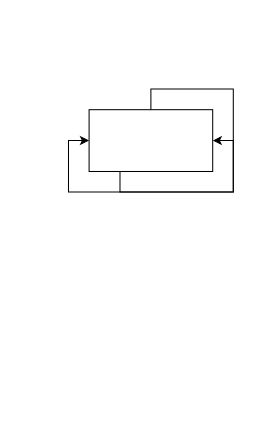
Before: 未命名绘图.drawio in tanglk/CryptoJS, a draw.io diagram. Source tidied: cells renumbered, new cells numbered last; positions are measured from the earlier drawing's top-left corner, leaving out a move shared by most shapes. Both pictures are drawn from the tidied source at 103%, with x=0, y=0 at pixel (89, 109).
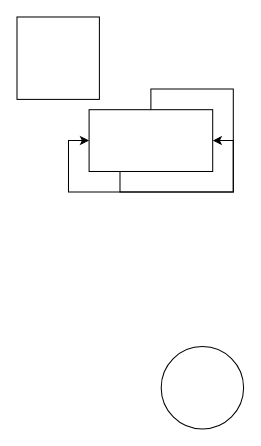
The same page after the edit.

Commit message:
更新未命名绘图.drawio

The edit, as a diff of the source:
```diff
@@
 <mxGraphModel>
   <root>
     <mxCell id="0" />
     <mxCell id="1" parent="0" />
     <mxCell id="2" style="rounded=0;whiteSpace=wrap;html=1;" parent="1" vertex="1">
       <mxGeometry width="120" height="60" as="geometry" />
     </mxCell>
     <mxCell id="3" style="edgeStyle=orthogonalEdgeStyle;rounded=0;orthogonalLoop=1;jettySize=auto;html=1;entryX=0;entryY=0.5;entryDx=0;entryDy=0;" parent="1" edge="1" source="2" target="2">
       <mxGeometry relative="1" as="geometry" />
     </mxCell>
     <mxCell id="4" style="edgeStyle=orthogonalEdgeStyle;rounded=0;orthogonalLoop=1;jettySize=auto;html=1;exitX=0.25;exitY=1;exitDx=0;exitDy=0;entryX=1;entryY=0.5;entryDx=0;entryDy=0;" parent="1" edge="1" source="2" target="2">
       <mxGeometry relative="1" as="geometry" />
     </mxCell>
+    <mxCell id="5" style="ellipse;whiteSpace=wrap;html=1;" parent="1" vertex="1">
+      <mxGeometry x="70" y="230" width="80" height="80" as="geometry" />
+    </mxCell>
+    <mxCell id="6" style="whiteSpace=wrap;html=1;" parent="1" vertex="1">
+      <mxGeometry x="-70" y="-90" width="80" height="80" as="geometry" />
+    </mxCell>
   </root>
 </mxGraphModel>
```
